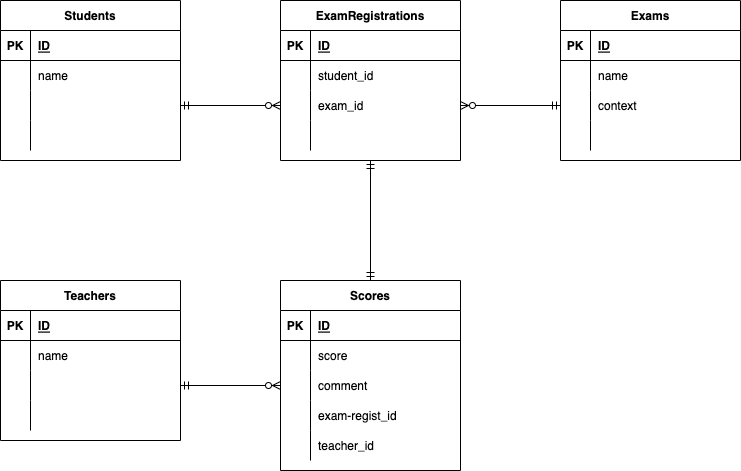
Earlier version of the draw.io export ERD.drawio.png (KotaUtsunomiya/DatabaseDesign_section8_Practice). Source tidied: cells renumbered, new cells last; positions are measured from the earlier drawing's top-left corner, leaving out a move shared by most shapes.
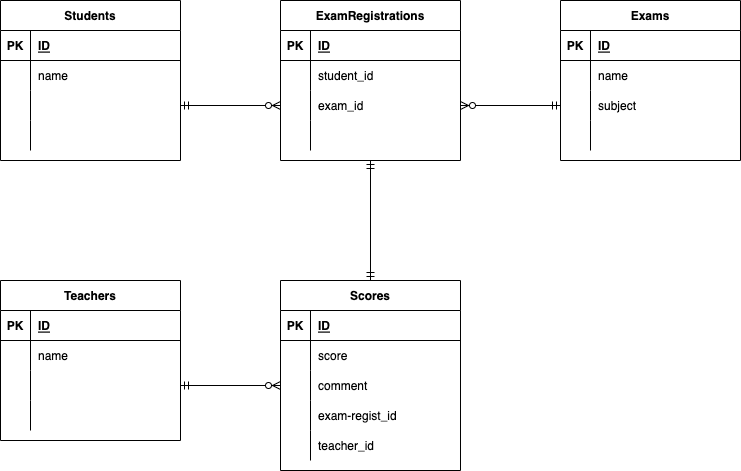
After the change.

What changed in the source:
```diff
@@ -107,7 +107,7 @@
     <mxCell id="36" style="shape=partialRectangle;fillColor=none;top=0;left=0;bottom=0;right=0;overflow=hidden;" parent="35" vertex="1">
       <mxGeometry width="30" height="30" as="geometry" />
     </mxCell>
-    <mxCell id="37" value="context" style="shape=partialRectangle;fillColor=none;top=0;left=0;bottom=0;right=0;align=left;spacingLeft=6;overflow=hidden;" parent="35" vertex="1">
+    <mxCell id="37" value="subject" style="shape=partialRectangle;fillColor=none;top=0;left=0;bottom=0;right=0;align=left;spacingLeft=6;overflow=hidden;" parent="35" vertex="1">
       <mxGeometry x="30" width="150" height="30" as="geometry" />
     </mxCell>
     <mxCell id="38" style="shape=partialRectangle;fillColor=none;top=0;left=0;bottom=0;right=0;" parent="28" vertex="1">
```
